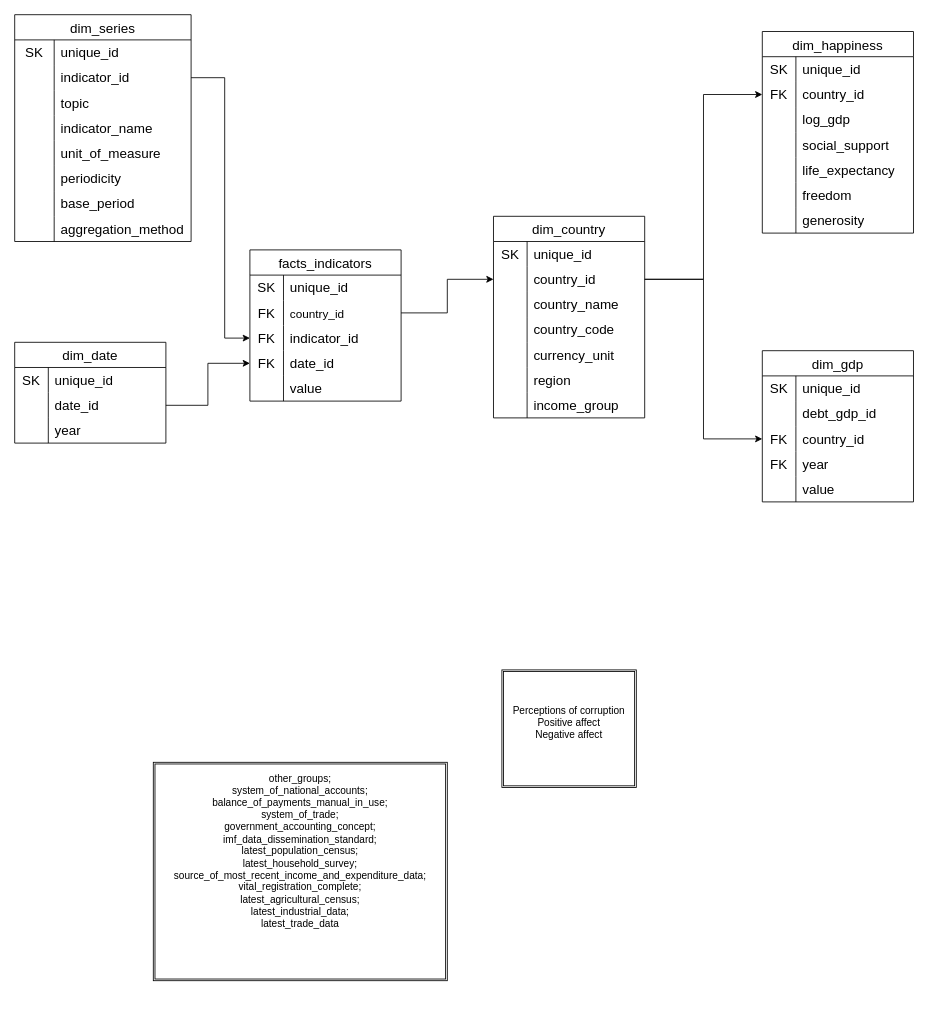
Mini-project-1-Group-3/Data-for-mini-project keeps this draw.io diagram as Mini_project.drawio. Above is the earlier version. Source tidied: cells renumbered, new cells numbered last; positions are measured from the earlier drawing's top-left corner, leaving out a move shared by most shapes. Both pictures are drawn from the tidied source at 84%, with x=0, y=0 at pixel (14, 14).
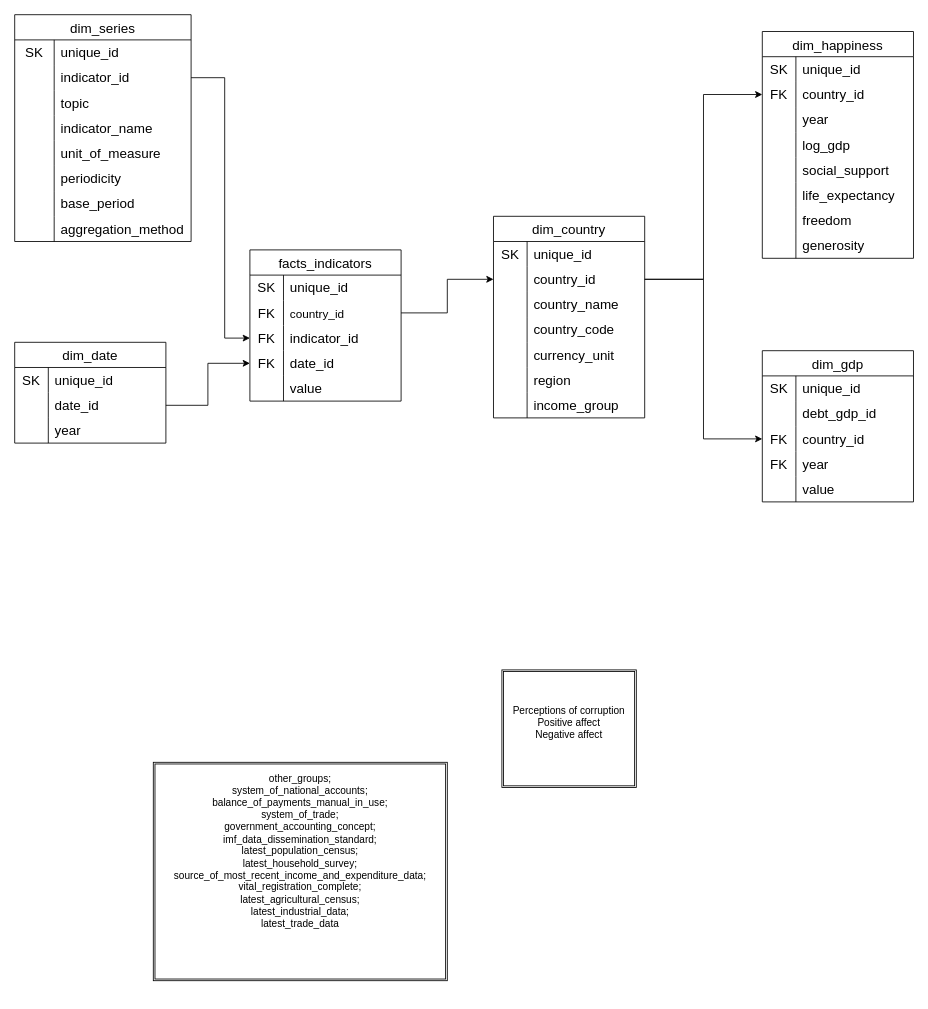
After the change.

Change to the diagram source:
```diff
@@
     <mxCell id="41" value="dim_happiness" style="shape=table;startSize=30;childLayout=tableLayout;rowLines=0;fontStyle=0;strokeColor=default;fontSize=16;" parent="1" vertex="1">
-      <mxGeometry x="890" y="20" width="180" height="240" as="geometry" />
+      <mxGeometry x="890" y="20" width="180" height="270" as="geometry" />
     </mxCell>
@@
+    <mxCell id="120" style="shape=tableRow;horizontal=0;startSize=0;swimlaneHead=0;swimlaneBody=0;top=0;left=0;bottom=0;right=0;fillColor=none;strokeColor=inherit;fontSize=16;" parent="41" vertex="1">
+      <mxGeometry y="90" width="180" height="30" as="geometry" />
+    </mxCell>
+    <mxCell id="121" style="shape=partialRectangle;html=1;whiteSpace=wrap;fillColor=none;top=0;left=0;bottom=0;right=0;overflow=hidden;strokeColor=inherit;fontSize=16;" parent="120" vertex="1">
+      <mxGeometry width="40" height="30" as="geometry" />
+    </mxCell>
+    <mxCell id="122" value="year" style="shape=partialRectangle;html=1;whiteSpace=wrap;fillColor=none;top=0;left=0;bottom=0;right=0;align=left;spacingLeft=6;overflow=hidden;strokeColor=inherit;fontSize=16;" parent="120" vertex="1">
+      <mxGeometry x="40" width="140" height="30" as="geometry" />
+    </mxCell>
     <mxCell id="48" style="shape=tableRow;horizontal=0;startSize=0;swimlaneHead=0;swimlaneBody=0;top=0;left=0;bottom=0;right=0;fillColor=none;strokeColor=inherit;fontSize=16;" parent="41" vertex="1">
-      <mxGeometry y="90" width="180" height="30" as="geometry" />
+      <mxGeometry y="120" width="180" height="30" as="geometry" />
     </mxCell>
@@
     <mxCell id="51" style="shape=tableRow;horizontal=0;startSize=0;swimlaneHead=0;swimlaneBody=0;top=0;left=0;bottom=0;right=0;fillColor=none;strokeColor=inherit;fontSize=16;" parent="41" vertex="1">
-      <mxGeometry y="120" width="180" height="30" as="geometry" />
+      <mxGeometry y="150" width="180" height="30" as="geometry" />
     </mxCell>
@@
     <mxCell id="54" style="shape=tableRow;horizontal=0;startSize=0;swimlaneHead=0;swimlaneBody=0;top=0;left=0;bottom=0;right=0;fillColor=none;strokeColor=inherit;fontSize=16;" parent="41" vertex="1">
-      <mxGeometry y="150" width="180" height="30" as="geometry" />
+      <mxGeometry y="180" width="180" height="30" as="geometry" />
     </mxCell>
@@
     <mxCell id="57" style="shape=tableRow;horizontal=0;startSize=0;swimlaneHead=0;swimlaneBody=0;top=0;left=0;bottom=0;right=0;fillColor=none;strokeColor=inherit;fontSize=16;" parent="41" vertex="1">
-      <mxGeometry y="180" width="180" height="30" as="geometry" />
+      <mxGeometry y="210" width="180" height="30" as="geometry" />
     </mxCell>
@@
     <mxCell id="60" style="shape=tableRow;horizontal=0;startSize=0;swimlaneHead=0;swimlaneBody=0;top=0;left=0;bottom=0;right=0;fillColor=none;strokeColor=inherit;fontSize=16;" parent="41" vertex="1">
-      <mxGeometry y="210" width="180" height="30" as="geometry" />
+      <mxGeometry y="240" width="180" height="30" as="geometry" />
     </mxCell>
```
